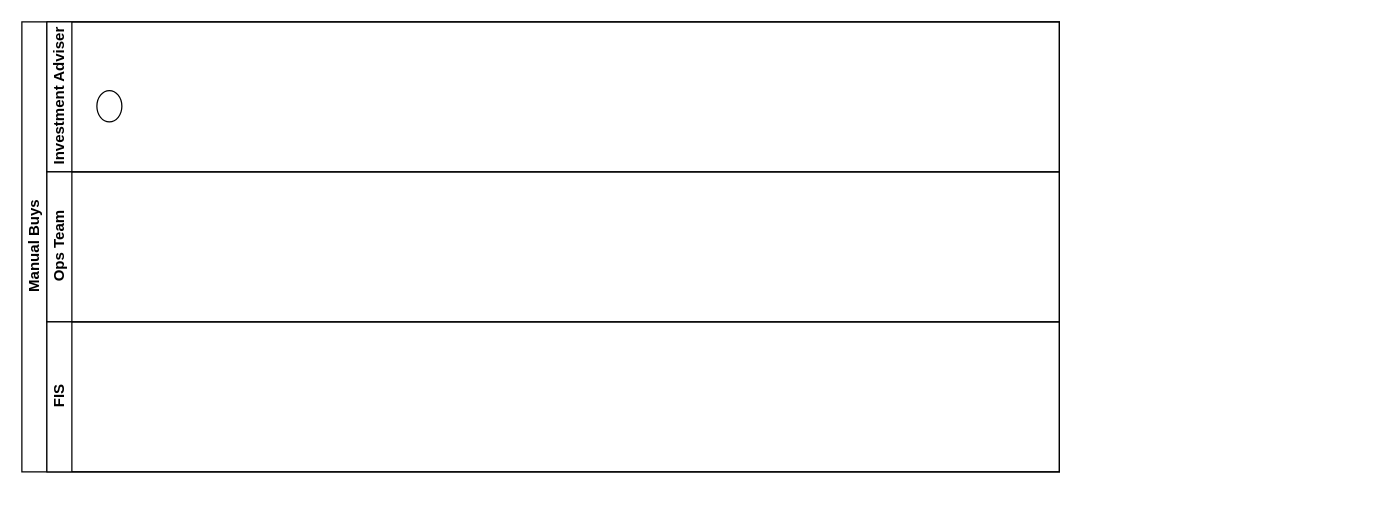
yvetuy/diagrams keeps this draw.io diagram as manualbuy.drawio. Above is the earlier version. Source tidied: cells renumbered, new cells numbered last; positions are measured from the earlier drawing's top-left corner, leaving out a move shared by most shapes. Both pictures are drawn from the tidied source at 125%, with x=0, y=0 at pixel (21, 21).
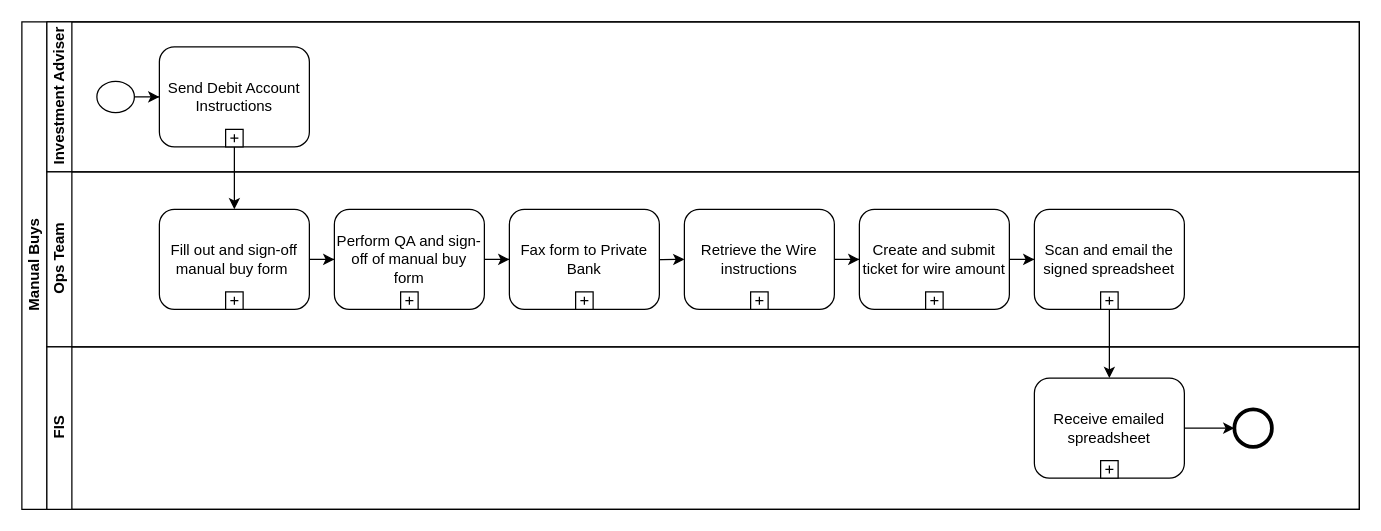
The same page after the edit.

What changed in the source:
```diff
@@
     <mxCell id="2" value="Manual Buys" style="swimlane;html=1;horizontal=0;startSize=20;" parent="1" vertex="1">
-      <mxGeometry width="830" height="360" as="geometry" />
+      <mxGeometry width="1070" height="390" as="geometry" />
     </mxCell>
     <mxCell id="3" value="Investment Adviser" style="swimlane;html=1;startSize=20;horizontal=0;" parent="2" vertex="1">
-      <mxGeometry x="20" width="810" height="120" as="geometry" />
+      <mxGeometry x="20" width="1050" height="120" as="geometry" />
     </mxCell>
-    <mxCell id="4" style="ellipse;whiteSpace=wrap;html=1;" parent="3" vertex="1">
-      <mxGeometry x="40" y="55" width="20" height="25" as="geometry" />
-    </mxCell>
+    <mxCell id="7" style="edgeStyle=orthogonalEdgeStyle;rounded=0;jettySize=auto;html=1;" parent="3" edge="1" source="8" target="9">
+      <mxGeometry relative="1" as="geometry" />
+    </mxCell>
+    <mxCell id="8" style="shape=mxgraph.bpmn.shape;html=1;verticalLabelPosition=bottom;labelBackgroundColor=#ffffff;verticalAlign=top;align=center;perimeter=ellipsePerimeter;outlineConnect=0;outline=standard;symbol=general;" parent="3" vertex="1">
+      <mxGeometry x="40" y="47.5" width="30" height="25" as="geometry" />
+    </mxCell>
+    <mxCell id="9" value="Send Debit Account Instructions" style="html=1;whiteSpace=wrap;rounded=1;" parent="3" vertex="1">
+      <mxGeometry x="90" y="20" width="120" height="80" as="geometry" />
+    </mxCell>
+    <mxCell id="10" style="html=1;shape=plus;" parent="9" vertex="1">
+      <mxGeometry x="0.5" y="1" width="14" height="14" relative="1" as="geometry">
+        <mxPoint x="-7" y="-14" as="offset" />
+      </mxGeometry>
+    </mxCell>
     <mxCell id="5" value="Ops Team" style="swimlane;html=1;startSize=20;horizontal=0;" parent="2" vertex="1">
-      <mxGeometry x="20" y="120" width="810" height="120" as="geometry" />
+      <mxGeometry x="20" y="120" width="1050" height="140" as="geometry" />
     </mxCell>
+    <mxCell id="11" style="edgeStyle=orthogonalEdgeStyle;rounded=0;jettySize=auto;html=1;" parent="5" edge="1" source="19" target="17">
+      <mxGeometry relative="1" as="geometry" />
+    </mxCell>
+    <mxCell id="12" style="edgeStyle=orthogonalEdgeStyle;rounded=0;jettySize=auto;html=1;" parent="5" edge="1" source="17" target="21">
+      <mxGeometry relative="1" as="geometry" />
+    </mxCell>
+    <mxCell id="13" style="edgeStyle=orthogonalEdgeStyle;rounded=0;jettySize=auto;html=1;" parent="5" edge="1" target="15">
+      <mxGeometry relative="1" as="geometry">
+        <mxPoint x="430" y="70" as="sourcePoint" />
+      </mxGeometry>
+    </mxCell>
+    <mxCell id="14" style="edgeStyle=orthogonalEdgeStyle;rounded=0;jettySize=auto;html=1;" parent="5" edge="1" source="15" target="24">
+      <mxGeometry relative="1" as="geometry" />
+    </mxCell>
+    <mxCell id="15" value="Retrieve the Wire instructions" style="html=1;whiteSpace=wrap;rounded=1;" parent="5" vertex="1">
+      <mxGeometry x="510" y="30" width="120" height="80" as="geometry" />
+    </mxCell>
+    <mxCell id="16" style="html=1;shape=plus;" parent="15" vertex="1">
+      <mxGeometry x="0.5" y="1" width="14" height="14" relative="1" as="geometry">
+        <mxPoint x="-7" y="-14" as="offset" />
+      </mxGeometry>
+    </mxCell>
+    <mxCell id="17" value="Perform QA and sign-off of manual buy form" style="html=1;whiteSpace=wrap;rounded=1;" parent="5" vertex="1">
+      <mxGeometry x="230" y="30" width="120" height="80" as="geometry" />
+    </mxCell>
+    <mxCell id="18" style="html=1;shape=plus;" parent="17" vertex="1">
+      <mxGeometry x="0.5" y="1" width="14" height="14" relative="1" as="geometry">
+        <mxPoint x="-7" y="-14" as="offset" />
+      </mxGeometry>
+    </mxCell>
+    <mxCell id="19" value="Fill out and sign-off manual buy form&amp;nbsp;" style="html=1;whiteSpace=wrap;rounded=1;" parent="5" vertex="1">
+      <mxGeometry x="90" y="30" width="120" height="80" as="geometry" />
+    </mxCell>
+    <mxCell id="20" style="html=1;shape=plus;" parent="19" vertex="1">
+      <mxGeometry x="0.5" y="1" width="14" height="14" relative="1" as="geometry">
+        <mxPoint x="-7" y="-14" as="offset" />
+      </mxGeometry>
+    </mxCell>
+    <mxCell id="21" value="Fax form to Private Bank" style="html=1;whiteSpace=wrap;rounded=1;" parent="5" vertex="1">
+      <mxGeometry x="370" y="30" width="120" height="80" as="geometry" />
+    </mxCell>
+    <mxCell id="22" style="html=1;shape=plus;" parent="21" vertex="1">
+      <mxGeometry x="0.5" y="1" width="14" height="14" relative="1" as="geometry">
+        <mxPoint x="-7" y="-14" as="offset" />
+      </mxGeometry>
+    </mxCell>
+    <mxCell id="23" style="edgeStyle=orthogonalEdgeStyle;rounded=0;jettySize=auto;html=1;" parent="5" edge="1" source="24" target="26">
+      <mxGeometry relative="1" as="geometry" />
+    </mxCell>
+    <mxCell id="24" value="Create and submit ticket for wire amount" style="html=1;whiteSpace=wrap;rounded=1;" parent="5" vertex="1">
+      <mxGeometry x="650" y="30" width="120" height="80" as="geometry" />
+    </mxCell>
+    <mxCell id="25" style="html=1;shape=plus;" parent="24" vertex="1">
+      <mxGeometry x="0.5" y="1" width="14" height="14" relative="1" as="geometry">
+        <mxPoint x="-7" y="-14" as="offset" />
+      </mxGeometry>
+    </mxCell>
+    <mxCell id="26" value="Scan and email the signed spreadsheet" style="html=1;whiteSpace=wrap;rounded=1;" parent="5" vertex="1">
+      <mxGeometry x="790" y="30" width="120" height="80" as="geometry" />
+    </mxCell>
+    <mxCell id="27" style="html=1;shape=plus;" parent="26" vertex="1">
+      <mxGeometry x="0.5" y="1" width="14" height="14" relative="1" as="geometry">
+        <mxPoint x="-7" y="-14" as="offset" />
+      </mxGeometry>
+    </mxCell>
     <mxCell id="6" value="FIS" style="swimlane;html=1;startSize=20;horizontal=0;" parent="2" vertex="1">
-      <mxGeometry x="20" y="240" width="810" height="120" as="geometry" />
+      <mxGeometry x="20" y="260" width="1050" height="130" as="geometry" />
     </mxCell>
+    <mxCell id="28" style="shape=mxgraph.bpmn.shape;html=1;verticalLabelPosition=bottom;labelBackgroundColor=#ffffff;verticalAlign=top;align=center;perimeter=ellipsePerimeter;outlineConnect=0;outline=end;symbol=general;" parent="6" vertex="1">
+      <mxGeometry x="950" y="50" width="30" height="30" as="geometry" />
+    </mxCell>
+    <mxCell id="29" style="edgeStyle=orthogonalEdgeStyle;rounded=0;jettySize=auto;html=1;exitX=1;exitY=0.5;exitDx=0;exitDy=0;entryX=0;entryY=0.5;entryDx=0;entryDy=0;" parent="6" edge="1" source="30" target="28">
+      <mxGeometry relative="1" as="geometry" />
+    </mxCell>
+    <mxCell id="30" value="Receive emailed spreadsheet" style="html=1;whiteSpace=wrap;rounded=1;" parent="6" vertex="1">
+      <mxGeometry x="790" y="25" width="120" height="80" as="geometry" />
+    </mxCell>
+    <mxCell id="31" style="html=1;shape=plus;" parent="30" vertex="1">
+      <mxGeometry x="0.5" y="1" width="14" height="14" relative="1" as="geometry">
+        <mxPoint x="-7" y="-14" as="offset" />
+      </mxGeometry>
+    </mxCell>
+    <mxCell id="32" style="edgeStyle=orthogonalEdgeStyle;rounded=0;jettySize=auto;html=1;" parent="2" edge="1" source="9" target="19">
+      <mxGeometry relative="1" as="geometry" />
+    </mxCell>
+    <mxCell id="33" style="edgeStyle=orthogonalEdgeStyle;rounded=0;jettySize=auto;html=1;" parent="2" edge="1" source="26" target="30">
+      <mxGeometry relative="1" as="geometry" />
+    </mxCell>
```
